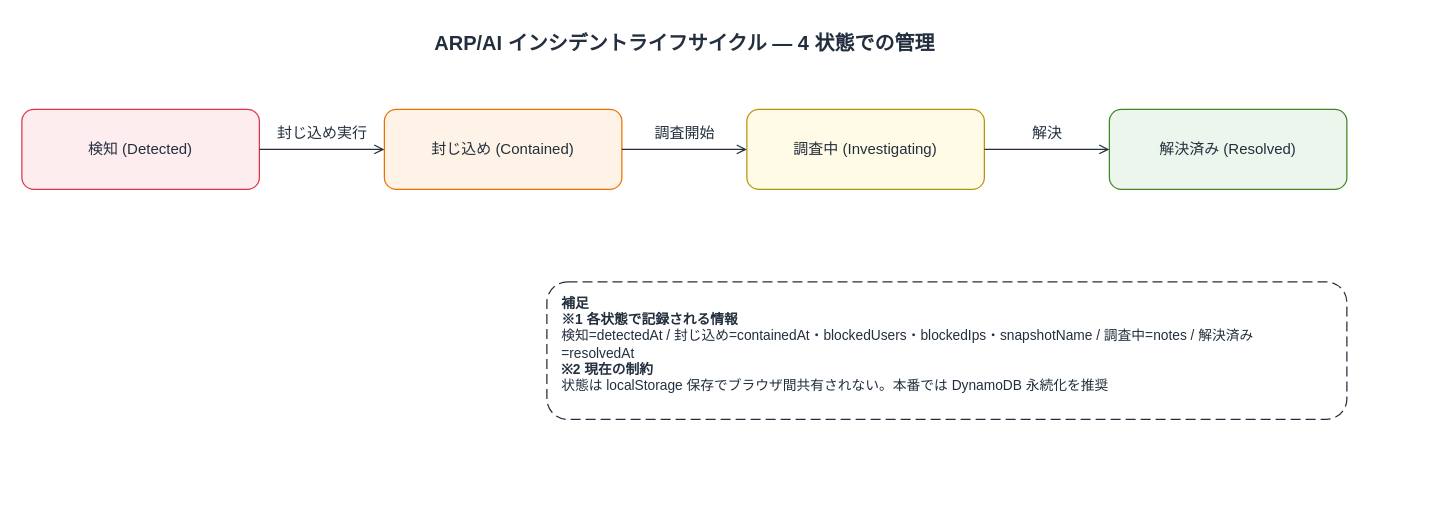
Above: docs/diagrams/part2-arp-incident-lifecycle.drawio in Yoshiki0705/FSx-for-ONTAP-S3AccessPoints-Serverless-Patterns (draw.io), before the change. Source tidied: cells renumbered, new cells numbered last; positions are measured from the earlier drawing's top-left corner, leaving out a move shared by most shapes. Both pictures are drawn from the tidied source at 125%, with x=0, y=0 at pixel (21, 21).
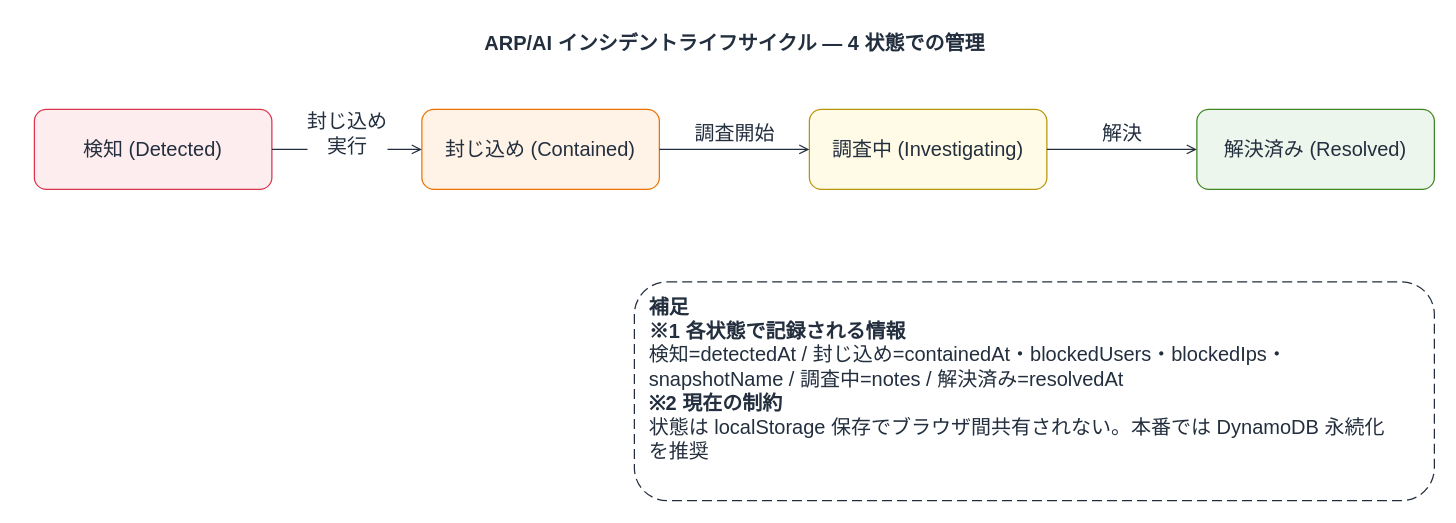
The same page after the edit.

The edit, as a diff of the source:
```diff
@@
 <mxGraphModel background="#FFFFFF">
   <root>
     <mxCell id="0" />
     <mxCell id="1" parent="0" />
     <mxCell id="2" value="ARP/AI インシデントライフサイクル — 4 状態での管理" style="text;html=1;align=center;verticalAlign=middle;fontSize=16;fontStyle=1;fontColor=#232F3E;" parent="1" vertex="1">
-      <mxGeometry width="1060" height="34" as="geometry" />
+      <mxGeometry x="10" width="1120" height="34" as="geometry" />
     </mxCell>
-    <mxCell id="3" value="検知 (Detected)" style="rounded=1;whiteSpace=wrap;html=1;dashed=0;strokeColor=#DD344C;fillColor=#FDEDEE;align=center;verticalAlign=middle;fontSize=12;fontColor=#232F3E;" parent="1" vertex="1">
-      <mxGeometry y="70" width="190" height="64" as="geometry" />
+    <mxCell id="3" value="検知 (Detected)" style="rounded=1;whiteSpace=wrap;html=1;dashed=0;strokeColor=#DD344C;fillColor=#FDEDEE;align=center;verticalAlign=middle;fontSize=16;fontColor=#232F3E;" parent="1" vertex="1">
+      <mxGeometry x="10" y="70" width="190" height="64" as="geometry" />
     </mxCell>
-    <mxCell id="4" value="封じ込め (Contained)" style="rounded=1;whiteSpace=wrap;html=1;dashed=0;strokeColor=#ED7100;fillColor=#FEF3E6;align=center;verticalAlign=middle;fontSize=12;fontColor=#232F3E;" parent="1" vertex="1">
-      <mxGeometry x="290" y="70" width="190" height="64" as="geometry" />
+    <mxCell id="4" value="封じ込め (Contained)" style="rounded=1;whiteSpace=wrap;html=1;dashed=0;strokeColor=#ED7100;fillColor=#FEF3E6;align=center;verticalAlign=middle;fontSize=16;fontColor=#232F3E;" parent="1" vertex="1">
+      <mxGeometry x="320" y="70" width="190" height="64" as="geometry" />
     </mxCell>
-    <mxCell id="5" value="調査中 (Investigating)" style="rounded=1;whiteSpace=wrap;html=1;dashed=0;strokeColor=#B7950B;fillColor=#FFFBE6;align=center;verticalAlign=middle;fontSize=12;fontColor=#232F3E;" parent="1" vertex="1">
-      <mxGeometry x="580" y="70" width="190" height="64" as="geometry" />
+    <mxCell id="5" value="調査中 (Investigating)" style="rounded=1;whiteSpace=wrap;html=1;dashed=0;strokeColor=#B7950B;fillColor=#FFFBE6;align=center;verticalAlign=middle;fontSize=16;fontColor=#232F3E;" parent="1" vertex="1">
+      <mxGeometry x="630" y="70" width="190" height="64" as="geometry" />
     </mxCell>
-    <mxCell id="6" value="解決済み (Resolved)" style="rounded=1;whiteSpace=wrap;html=1;dashed=0;strokeColor=#3F8624;fillColor=#EDF6EC;align=center;verticalAlign=middle;fontSize=12;fontColor=#232F3E;" parent="1" vertex="1">
-      <mxGeometry x="870" y="70" width="190" height="64" as="geometry" />
+    <mxCell id="6" value="解決済み (Resolved)" style="rounded=1;whiteSpace=wrap;html=1;dashed=0;strokeColor=#3F8624;fillColor=#EDF6EC;align=center;verticalAlign=middle;fontSize=16;fontColor=#232F3E;" parent="1" vertex="1">
+      <mxGeometry x="940" y="70" width="190" height="64" as="geometry" />
     </mxCell>
-    <mxCell id="7" value="封じ込め実行" style="edgeStyle=orthogonalEdgeStyle;rounded=0;jettySize=auto;html=1;endArrow=open;endFill=0;strokeColor=#232F3E;strokeWidth=1;fontSize=12;fontColor=#232F3E;labelBackgroundColor=#ffffff;" parent="1" edge="1" source="3" target="4">
+    <mxCell id="7" value="封じ込め&lt;br&gt;実行" style="edgeStyle=orthogonalEdgeStyle;rounded=0;jettySize=auto;html=1;endArrow=open;endFill=0;strokeColor=#232F3E;strokeWidth=1;fontSize=16;fontColor=#232F3E;labelBackgroundColor=#ffffff;" parent="1" edge="1" source="3" target="4">
       <mxGeometry relative="1" as="geometry">
         <mxPoint y="-13" as="offset" />
       </mxGeometry>
     </mxCell>
-    <mxCell id="8" value="調査開始" style="edgeStyle=orthogonalEdgeStyle;rounded=0;jettySize=auto;html=1;endArrow=open;endFill=0;strokeColor=#232F3E;strokeWidth=1;fontSize=12;fontColor=#232F3E;labelBackgroundColor=#ffffff;" parent="1" edge="1" source="4" target="5">
+    <mxCell id="8" value="調査開始" style="edgeStyle=orthogonalEdgeStyle;rounded=0;jettySize=auto;html=1;endArrow=open;endFill=0;strokeColor=#232F3E;strokeWidth=1;fontSize=16;fontColor=#232F3E;labelBackgroundColor=#ffffff;" parent="1" edge="1" source="4" target="5">
       <mxGeometry relative="1" as="geometry">
         <mxPoint y="-13" as="offset" />
       </mxGeometry>
     </mxCell>
-    <mxCell id="9" value="解決" style="edgeStyle=orthogonalEdgeStyle;rounded=0;jettySize=auto;html=1;endArrow=open;endFill=0;strokeColor=#232F3E;strokeWidth=1;fontSize=12;fontColor=#232F3E;labelBackgroundColor=#ffffff;" parent="1" edge="1" source="5" target="6">
+    <mxCell id="9" value="解決" style="edgeStyle=orthogonalEdgeStyle;rounded=0;jettySize=auto;html=1;endArrow=open;endFill=0;strokeColor=#232F3E;strokeWidth=1;fontSize=16;fontColor=#232F3E;labelBackgroundColor=#ffffff;" parent="1" edge="1" source="5" target="6">
       <mxGeometry relative="1" as="geometry">
         <mxPoint y="-13" as="offset" />
       </mxGeometry>
     </mxCell>
-    <mxCell id="10" value="&lt;b&gt;補足&lt;/b&gt;&lt;br&gt;&lt;b&gt;※1 各状態で記録される情報&lt;/b&gt;&lt;br&gt;検知=detectedAt / 封じ込め=containedAt・blockedUsers・blockedIps・snapshotName / 調査中=notes / 解決済み&lt;br&gt;=resolvedAt&lt;br&gt;&lt;b&gt;※2 現在の制約&lt;/b&gt;&lt;br&gt;状態は localStorage 保存でブラウザ間共有されない。本番では DynamoDB 永続化を推奨" style="rounded=1;whiteSpace=wrap;html=1;dashed=1;dashPattern=8 4;strokeColor=#232F3E;fillColor=#FFFFFF;align=left;verticalAlign=top;spacingLeft=10;spacingTop=4;fontSize=11;fontColor=#232F3E;" parent="1" vertex="1">
-      <mxGeometry x="420" y="208" width="640" height="110" as="geometry" />
+    <mxCell id="10" value="&lt;b&gt;補足&lt;/b&gt;&lt;br&gt;&lt;b&gt;※1 各状態で記録される情報&lt;/b&gt;&lt;br&gt;検知=detectedAt / 封じ込め=containedAt・blockedUsers・blockedIps・&lt;br&gt;snapshotName / 調査中=notes / 解決済み=resolvedAt&lt;br&gt;&lt;b&gt;※2 現在の制約&lt;/b&gt;&lt;br&gt;状態は localStorage 保存でブラウザ間共有されない。本番では DynamoDB 永続化&lt;br&gt;を推奨" style="rounded=1;whiteSpace=wrap;html=1;dashed=1;dashPattern=8 4;strokeColor=#232F3E;fillColor=#FFFFFF;align=left;verticalAlign=top;spacingLeft=10;spacingTop=4;fontSize=16;fontColor=#232F3E;" parent="1" vertex="1">
+      <mxGeometry x="490" y="208" width="640" height="175" as="geometry" />
     </mxCell>
   </root>
 </mxGraphModel>
```
